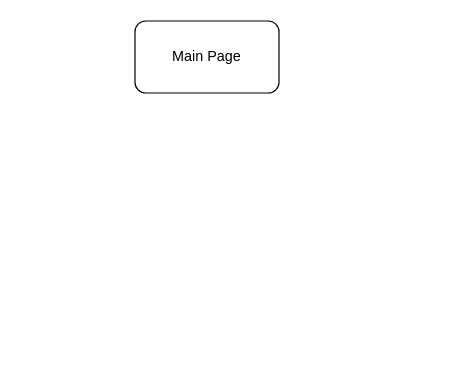
Above: intro.drawio in e-mumbai/FlowCharts (draw.io), before the change. Source tidied: cells renumbered, new cells numbered last; positions are measured from the earlier drawing's top-left corner, leaving out a move shared by most shapes. Both pictures are drawn from the tidied source at 120%, with x=0, y=0 at pixel (134, 20).
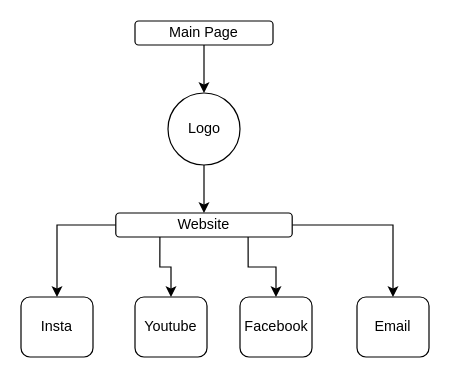
The same page after the edit.

Change to the diagram source:
```diff
@@
 <mxGraphModel>
   <root>
     <mxCell id="0" />
     <mxCell id="1" parent="0" />
+    <mxCell id="3" style="edgeStyle=orthogonalEdgeStyle;rounded=0;jettySize=auto;html=1;" parent="1" edge="1" source="2">
+      <mxGeometry relative="1" as="geometry">
+        <mxPoint x="57.5" y="60" as="targetPoint" />
+      </mxGeometry>
+    </mxCell>
     <mxCell id="2" value="Main Page" style="rounded=1;whiteSpace=wrap;html=1;" parent="1" vertex="1">
-      <mxGeometry width="120" height="60" as="geometry" />
+      <mxGeometry width="115" height="20" as="geometry" />
     </mxCell>
+    <mxCell id="4" style="edgeStyle=orthogonalEdgeStyle;rounded=0;jettySize=auto;html=1;exitX=0.5;exitY=1;exitDx=0;exitDy=0;" parent="1" edge="1" source="5" target="10">
+      <mxGeometry relative="1" as="geometry" />
+    </mxCell>
+    <mxCell id="5" value="Logo" style="ellipse;whiteSpace=wrap;html=1;" parent="1" vertex="1">
+      <mxGeometry x="27.5" y="60" width="60" height="60" as="geometry" />
+    </mxCell>
+    <mxCell id="6" style="edgeStyle=orthogonalEdgeStyle;rounded=0;jettySize=auto;html=1;" parent="1" edge="1" source="10" target="11">
+      <mxGeometry relative="1" as="geometry" />
+    </mxCell>
+    <mxCell id="7" style="edgeStyle=orthogonalEdgeStyle;rounded=0;jettySize=auto;html=1;exitX=0.25;exitY=1;exitDx=0;exitDy=0;entryX=0.5;entryY=0;entryDx=0;entryDy=0;" parent="1" edge="1" source="10" target="12">
+      <mxGeometry relative="1" as="geometry" />
+    </mxCell>
+    <mxCell id="8" style="edgeStyle=orthogonalEdgeStyle;rounded=0;jettySize=auto;html=1;exitX=0.75;exitY=1;exitDx=0;exitDy=0;entryX=0.5;entryY=0;entryDx=0;entryDy=0;" parent="1" edge="1" source="10" target="13">
+      <mxGeometry relative="1" as="geometry" />
+    </mxCell>
+    <mxCell id="9" style="edgeStyle=orthogonalEdgeStyle;rounded=0;jettySize=auto;html=1;exitX=1;exitY=0.5;exitDx=0;exitDy=0;entryX=0.5;entryY=0;entryDx=0;entryDy=0;" parent="1" edge="1" source="10" target="14">
+      <mxGeometry relative="1" as="geometry" />
+    </mxCell>
+    <mxCell id="10" value="Website" style="rounded=1;whiteSpace=wrap;html=1;" parent="1" vertex="1">
+      <mxGeometry x="-16" y="160" width="147" height="20" as="geometry" />
+    </mxCell>
+    <mxCell id="11" value="Insta" style="rounded=1;whiteSpace=wrap;html=1;" parent="1" vertex="1">
+      <mxGeometry x="-95" y="230" width="60" height="50" as="geometry" />
+    </mxCell>
+    <mxCell id="12" value="Youtube" style="rounded=1;whiteSpace=wrap;html=1;" parent="1" vertex="1">
+      <mxGeometry y="230" width="60" height="50" as="geometry" />
+    </mxCell>
+    <mxCell id="13" value="Facebook" style="rounded=1;whiteSpace=wrap;html=1;" parent="1" vertex="1">
+      <mxGeometry x="87.5" y="230" width="60" height="50" as="geometry" />
+    </mxCell>
+    <mxCell id="14" value="Email" style="rounded=1;whiteSpace=wrap;html=1;" parent="1" vertex="1">
+      <mxGeometry x="185" y="230" width="60" height="50" as="geometry" />
+    </mxCell>
   </root>
 </mxGraphModel>
```
